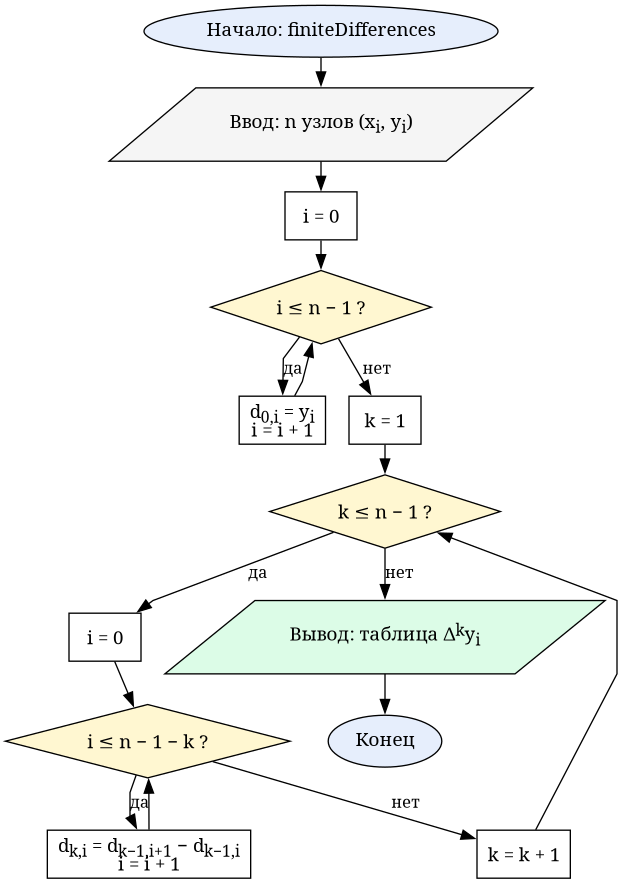
Above: reports/resources/flowcharts/lab5_diff_table.png in Oriptal/calc-math-lab2 (Graphviz), before the change. Its source is kept beside it as reports/resources/flowcharts/lab5_diff_table.dot. The source it was exported from:
```dot
digraph Lab5DiffTable {
  graph [fontname="CMU Serif", rankdir=TB, nodesep=0.25, ranksep=0.3, splines=polyline]
  node  [fontname="CMU Serif", fontsize=14, style="filled", fillcolor="#ffffff", color="#000000"]
  edge  [fontname="CMU Serif", fontsize=12, color="#000000"]

  start  [label="Начало: finiteDifferences", shape=oval, fillcolor="#e6eefc"]
  input  [label=<Ввод: n узлов (x<SUB>i</SUB>, y<SUB>i</SUB>)>, shape=parallelogram, fillcolor="#f5f5f5"]
  ci     [label=<i = 0>, shape=box]
  chkc   [label=<i ≤ n − 1 ?>, shape=diamond, fillcolor="#fff7d1"]
  bodyc  [label=<d<SUB>0,i</SUB> = y<SUB>i</SUB><BR/>i = i + 1>, shape=box]
  setk   [label=<k = 1>, shape=box]
  chkk   [label=<k ≤ n − 1 ?>, shape=diamond, fillcolor="#fff7d1"]
  seti   [label=<i = 0>, shape=box]
  chki   [label=<i ≤ n − 1 − k ?>, shape=diamond, fillcolor="#fff7d1"]
  bodyi  [label=<d<SUB>k,i</SUB> = d<SUB>k−1,i+1</SUB> − d<SUB>k−1,i</SUB><BR/>i = i + 1>, shape=box]
  nextk  [label=<k = k + 1>, shape=box]
  output [label=<Вывод: таблица Δ<SUP>k</SUP>y<SUB>i</SUB>>, shape=parallelogram, fillcolor="#dcfce7"]
  stop   [label="Конец", shape=oval, fillcolor="#e6eefc"]

  start -> input -> ci -> chkc
  chkc -> bodyc [label="да"]
  bodyc -> chkc
  chkc -> setk [label="нет"]
  setk -> chkk
  chkk -> seti [label="да"]
  seti -> chki
  chki -> bodyi [label="да"]
  bodyi -> chki
  chki -> nextk [label="нет"]
  nextk -> chkk
  chkk -> output [label="нет"]
  output -> stop
}
```
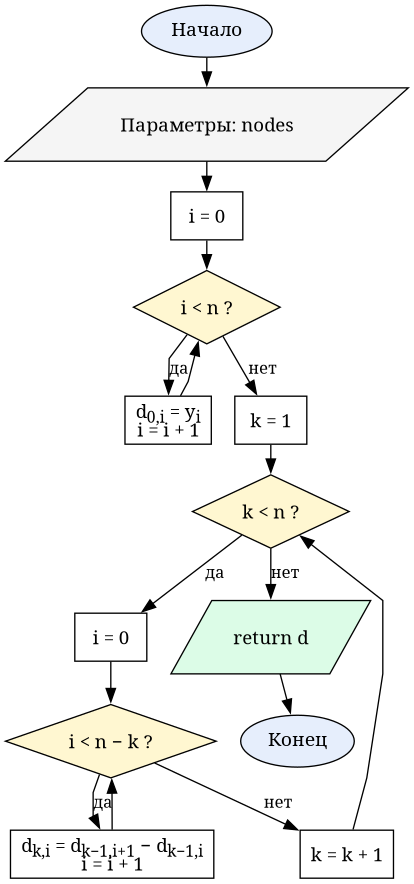
Later version of the same file.

Diff of the diagram source:
```diff
@@ -3,18 +3,18 @@
   node  [fontname="CMU Serif", fontsize=14, style="filled", fillcolor="#ffffff", color="#000000"]
   edge  [fontname="CMU Serif", fontsize=12, color="#000000"]
 
-  start  [label="Начало: finiteDifferences", shape=oval, fillcolor="#e6eefc"]
-  input  [label=<Ввод: n узлов (x<SUB>i</SUB>, y<SUB>i</SUB>)>, shape=parallelogram, fillcolor="#f5f5f5"]
+  start  [label="Начало", shape=oval, fillcolor="#e6eefc"]
+  input  [label=<Параметры: nodes>, shape=parallelogram, fillcolor="#f5f5f5"]
   ci     [label=<i = 0>, shape=box]
-  chkc   [label=<i ≤ n − 1 ?>, shape=diamond, fillcolor="#fff7d1"]
+  chkc   [label=<i &lt; n ?>, shape=diamond, fillcolor="#fff7d1"]
   bodyc  [label=<d<SUB>0,i</SUB> = y<SUB>i</SUB><BR/>i = i + 1>, shape=box]
   setk   [label=<k = 1>, shape=box]
-  chkk   [label=<k ≤ n − 1 ?>, shape=diamond, fillcolor="#fff7d1"]
+  chkk   [label=<k &lt; n ?>, shape=diamond, fillcolor="#fff7d1"]
   seti   [label=<i = 0>, shape=box]
-  chki   [label=<i ≤ n − 1 − k ?>, shape=diamond, fillcolor="#fff7d1"]
+  chki   [label=<i &lt; n − k ?>, shape=diamond, fillcolor="#fff7d1"]
   bodyi  [label=<d<SUB>k,i</SUB> = d<SUB>k−1,i+1</SUB> − d<SUB>k−1,i</SUB><BR/>i = i + 1>, shape=box]
   nextk  [label=<k = k + 1>, shape=box]
-  output [label=<Вывод: таблица Δ<SUP>k</SUP>y<SUB>i</SUB>>, shape=parallelogram, fillcolor="#dcfce7"]
+  output [label=<return d>, shape=parallelogram, fillcolor="#dcfce7"]
   stop   [label="Конец", shape=oval, fillcolor="#e6eefc"]
 
   start -> input -> ci -> chkc
```
